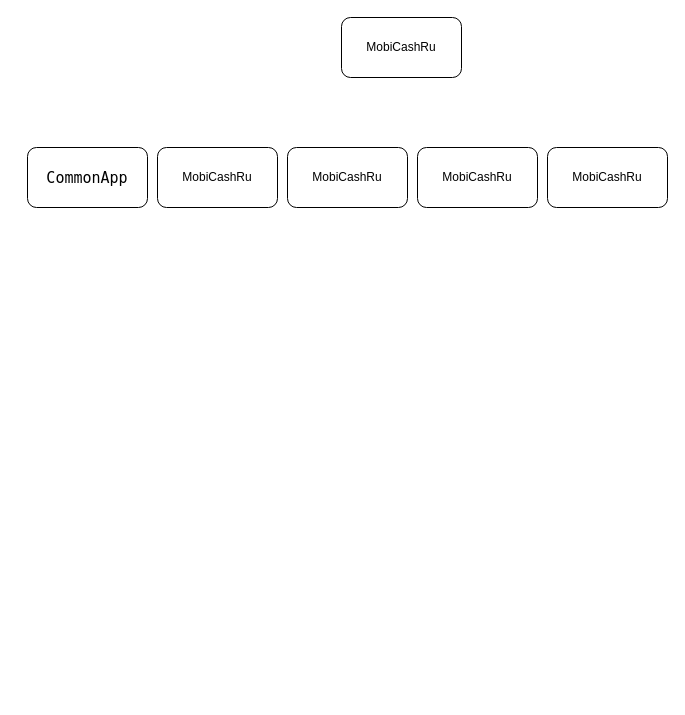
Before: Packages.drawio in AlexandraKolomoitseva/Diagrams, a draw.io diagram. Source tidied: cells renumbered, new cells numbered last; positions are measured from the earlier drawing's top-left corner, leaving out a move shared by most shapes. Both pictures are drawn from the tidied source at 100%, with x=0, y=0 at pixel (27, 17).
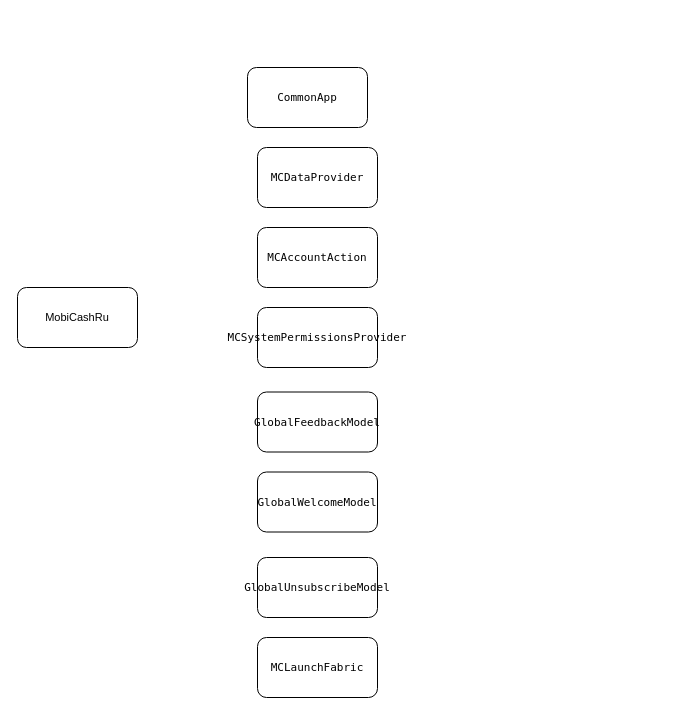
After the change.

The edit, as a diff of the source:
```diff
@@
 <mxGraphModel>
   <root>
     <mxCell id="0" />
     <mxCell id="1" parent="0" />
-    <mxCell id="2" value="MobiCashRu" style="rounded=1;whiteSpace=wrap;html=1;" parent="1" vertex="1">
-      <mxGeometry x="314" width="120" height="60" as="geometry" />
+    <mxCell id="2" value="MobiCashRu" style="rounded=1;whiteSpace=wrap;html=1;labelBackgroundColor=none;fontSize=11;fontColor=#000000;" parent="1" vertex="1">
+      <mxGeometry x="-10" y="270" width="120" height="60" as="geometry" />
     </mxCell>
-    <mxCell id="3" value="&lt;p style=&quot;margin: 0px; font-style: normal; font-variant-caps: normal; font-stretch: normal; font-size: 15px; line-height: normal; font-family: Menlo; font-size-adjust: none; font-kerning: auto; font-variant-alternates: normal; font-variant-ligatures: normal; font-variant-numeric: normal; font-variant-east-asian: normal; font-variant-position: normal; font-feature-settings: normal; font-optical-sizing: auto; font-variation-settings: normal;&quot;&gt;&lt;span style=&quot;color: rgb(0, 0, 0);&quot;&gt;CommonApp&lt;/span&gt;&lt;/p&gt;" style="rounded=1;whiteSpace=wrap;html=1;" parent="1" vertex="1">
-      <mxGeometry y="130" width="120" height="60" as="geometry" />
+    <mxCell id="3" value="&lt;p style=&quot;margin: 0px; font-style: normal; font-variant-caps: normal; font-stretch: normal; line-height: normal; font-family: Menlo; font-size-adjust: none; font-kerning: auto; font-variant-alternates: normal; font-variant-ligatures: normal; font-variant-numeric: normal; font-variant-east-asian: normal; font-variant-position: normal; font-feature-settings: normal; font-optical-sizing: auto; font-variation-settings: normal;&quot;&gt;&lt;span style=&quot;&quot;&gt;CommonApp&lt;/span&gt;&lt;/p&gt;" style="rounded=1;whiteSpace=wrap;html=1;labelBackgroundColor=none;fontSize=11;fontColor=#000000;" parent="1" vertex="1">
+      <mxGeometry x="220" y="50" width="120" height="60" as="geometry" />
     </mxCell>
-    <mxCell id="4" value="MobiCashRu" style="rounded=1;whiteSpace=wrap;html=1;" parent="1" vertex="1">
-      <mxGeometry x="130" y="130" width="120" height="60" as="geometry" />
+    <mxCell id="4" value="&lt;p style=&quot;margin: 0px; font-style: normal; font-variant-caps: normal; font-stretch: normal; line-height: normal; font-family: Menlo; font-size-adjust: none; font-kerning: auto; font-variant-alternates: normal; font-variant-ligatures: normal; font-variant-numeric: normal; font-variant-east-asian: normal; font-variant-position: normal; font-feature-settings: normal; font-optical-sizing: auto; font-variation-settings: normal;&quot;&gt;MCDataProvider&lt;/p&gt;" style="rounded=1;whiteSpace=wrap;html=1;labelBackgroundColor=none;fontSize=11;fontColor=#000000;" parent="1" vertex="1">
+      <mxGeometry x="230" y="130" width="120" height="60" as="geometry" />
     </mxCell>
-    <mxCell id="5" value="MobiCashRu" style="rounded=1;whiteSpace=wrap;html=1;" parent="1" vertex="1">
-      <mxGeometry x="260" y="130" width="120" height="60" as="geometry" />
+    <mxCell id="5" value="&lt;p style=&quot;margin: 0px; font-style: normal; font-variant-caps: normal; font-stretch: normal; line-height: normal; font-family: Menlo; font-size-adjust: none; font-kerning: auto; font-variant-alternates: normal; font-variant-ligatures: normal; font-variant-numeric: normal; font-variant-east-asian: normal; font-variant-position: normal; font-feature-settings: normal; font-optical-sizing: auto; font-variation-settings: normal;&quot;&gt;MCAccountAction&lt;/p&gt;" style="rounded=1;whiteSpace=wrap;html=1;labelBackgroundColor=none;fontSize=11;fontColor=#000000;" parent="1" vertex="1">
+      <mxGeometry x="230" y="210" width="120" height="60" as="geometry" />
     </mxCell>
-    <mxCell id="6" value="MobiCashRu" style="rounded=1;whiteSpace=wrap;html=1;" parent="1" vertex="1">
-      <mxGeometry x="390" y="130" width="120" height="60" as="geometry" />
+    <mxCell id="6" value="&lt;p style=&quot;margin: 0px; font-style: normal; font-variant-caps: normal; font-stretch: normal; line-height: normal; font-family: Menlo; font-size-adjust: none; font-kerning: auto; font-variant-alternates: normal; font-variant-ligatures: normal; font-variant-numeric: normal; font-variant-east-asian: normal; font-variant-position: normal; font-feature-settings: normal; font-optical-sizing: auto; font-variation-settings: normal;&quot;&gt;MCSystemPermissionsProvider&lt;/p&gt;" style="rounded=1;whiteSpace=wrap;html=1;labelBackgroundColor=none;fontSize=11;fontColor=#000000;" parent="1" vertex="1">
+      <mxGeometry x="230" y="290" width="120" height="60" as="geometry" />
     </mxCell>
-    <mxCell id="7" value="MobiCashRu" style="rounded=1;whiteSpace=wrap;html=1;" parent="1" vertex="1">
-      <mxGeometry x="520" y="130" width="120" height="60" as="geometry" />
+    <mxCell id="7" value="&lt;p style=&quot;margin: 0px; font-style: normal; font-variant-caps: normal; font-stretch: normal; line-height: normal; font-family: Menlo; font-size-adjust: none; font-kerning: auto; font-variant-alternates: normal; font-variant-ligatures: normal; font-variant-numeric: normal; font-variant-east-asian: normal; font-variant-position: normal; font-feature-settings: normal; font-optical-sizing: auto; font-variation-settings: normal;&quot;&gt;GlobalFeedbackModel&lt;/p&gt;" style="rounded=1;whiteSpace=wrap;html=1;labelBackgroundColor=none;fontSize=11;fontColor=#000000;" parent="1" vertex="1">
+      <mxGeometry x="230" y="374.5" width="120" height="60" as="geometry" />
     </mxCell>
+    <mxCell id="8" value="&lt;p style=&quot;margin: 0px; font-style: normal; font-variant-caps: normal; font-stretch: normal; line-height: normal; font-family: Menlo; font-size-adjust: none; font-kerning: auto; font-variant-alternates: normal; font-variant-ligatures: normal; font-variant-numeric: normal; font-variant-east-asian: normal; font-variant-position: normal; font-feature-settings: normal; font-optical-sizing: auto; font-variation-settings: normal;&quot;&gt;MCLaunchFabric&lt;/p&gt;" style="rounded=1;whiteSpace=wrap;html=1;labelBackgroundColor=none;fontSize=11;fontColor=#000000;" parent="1" vertex="1">
+      <mxGeometry x="230" y="620" width="120" height="60" as="geometry" />
+    </mxCell>
+    <mxCell id="9" value="&lt;p style=&quot;margin: 0px; font-style: normal; font-variant-caps: normal; font-stretch: normal; line-height: normal; font-family: Menlo; font-size-adjust: none; font-kerning: auto; font-variant-alternates: normal; font-variant-ligatures: normal; font-variant-numeric: normal; font-variant-east-asian: normal; font-variant-position: normal; font-feature-settings: normal; font-optical-sizing: auto; font-variation-settings: normal;&quot;&gt;GlobalUnsubscribeModel&lt;/p&gt;" style="rounded=1;whiteSpace=wrap;html=1;labelBackgroundColor=none;fontSize=11;fontColor=#000000;" parent="1" vertex="1">
+      <mxGeometry x="230" y="540" width="120" height="60" as="geometry" />
+    </mxCell>
+    <mxCell id="10" value="&lt;p style=&quot;margin: 0px; font-style: normal; font-variant-caps: normal; font-stretch: normal; line-height: normal; font-family: Menlo; font-size-adjust: none; font-kerning: auto; font-variant-alternates: normal; font-variant-ligatures: normal; font-variant-numeric: normal; font-variant-east-asian: normal; font-variant-position: normal; font-feature-settings: normal; font-optical-sizing: auto; font-variation-settings: normal;&quot;&gt;GlobalWelcomeModel&lt;/p&gt;" style="rounded=1;whiteSpace=wrap;html=1;labelBackgroundColor=none;fontSize=11;fontColor=#000000;" parent="1" vertex="1">
+      <mxGeometry x="230" y="454.5" width="120" height="60" as="geometry" />
+    </mxCell>
   </root>
 </mxGraphModel>
```
